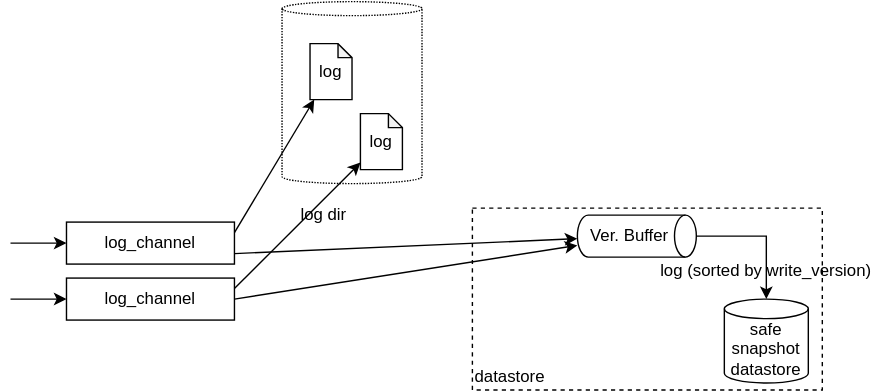
The draw.io diagram docs/sync-process-push.drawio.svg in project-tsurugi/limestone, before a commit. Source tidied: cells renumbered, new cells last; positions are measured from the earlier drawing's top-left corner, leaving out a move shared by most shapes.
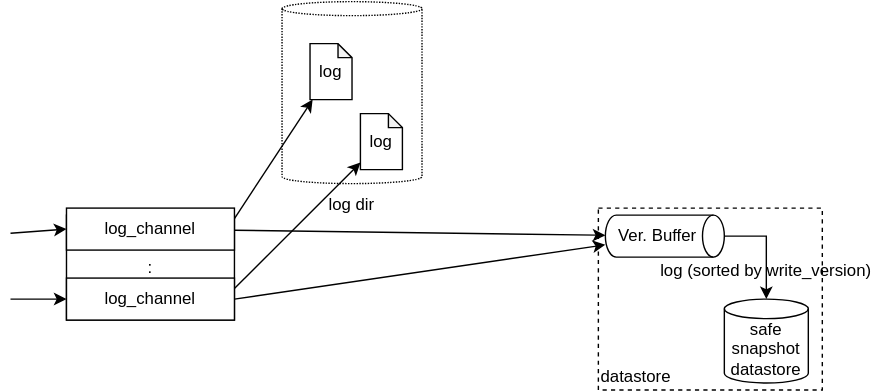
Above is the later version.

Commit message:
docs: update images to show multiple pumps

Diff of the diagram source:
```diff
@@ -2,6 +2,9 @@
   <root>
     <mxCell id="0" />
     <mxCell id="1" parent="0" />
+    <mxCell id="19" value=":" style="rounded=0;whiteSpace=wrap;html=1;strokeWidth=1;" parent="1" vertex="1">
+      <mxGeometry x="40" y="153" width="120" height="75" as="geometry" />
+    </mxCell>
     <mxCell id="2" style="shape=cylinder3;whiteSpace=wrap;html=1;boundedLbl=1;backgroundOutline=1;size=5;dashed=1;strokeWidth=1;dashPattern=1 1;" parent="1" vertex="1">
       <mxGeometry x="194" y="0.5" width="100" height="130" as="geometry" />
     </mxCell>
@@ -12,9 +15,9 @@
       <mxGeometry x="250" y="80.5" width="30" height="40" as="geometry" />
     </mxCell>
     <mxCell id="5" value="datastore" style="rounded=0;whiteSpace=wrap;html=1;strokeWidth=1;dashed=1;verticalAlign=bottom;align=left;" parent="1" vertex="1">
-      <mxGeometry x="330" y="148" width="250" height="130" as="geometry" />
+      <mxGeometry x="420" y="148" width="160" height="130" as="geometry" />
     </mxCell>
-    <mxCell id="6" style="endArrow=classic;html=1;rounded=0;strokeWidth=1;exitX=1;exitY=0.75;exitDx=0;exitDy=0;" parent="1" edge="1" source="12" target="10">
+    <mxCell id="6" style="endArrow=classic;html=1;rounded=0;strokeWidth=1;" parent="1" edge="1" source="12" target="10">
       <mxGeometry relative="1" as="geometry" />
     </mxCell>
     <mxCell id="7" value="safe snapshot&lt;br&gt;datastore" style="shape=cylinder3;whiteSpace=wrap;html=1;boundedLbl=1;backgroundOutline=1;size=7;strokeWidth=1;" parent="1" vertex="1">
@@ -31,13 +34,13 @@
       </mxGeometry>
     </mxCell>
     <mxCell id="10" value="Ver. Buffer&amp;nbsp; &amp;nbsp;" style="strokeWidth=1;html=1;shape=mxgraph.flowchart.direct_data;whiteSpace=wrap;align=center;" parent="1" vertex="1">
-      <mxGeometry x="405" y="153" width="85" height="30" as="geometry" />
+      <mxGeometry x="425" y="153" width="85" height="30" as="geometry" />
     </mxCell>
     <mxCell id="11" value="log dir" style="text;html=1;strokeColor=none;fillColor=none;align=center;verticalAlign=middle;whiteSpace=wrap;rounded=0;strokeWidth=1;" parent="1" vertex="1">
-      <mxGeometry x="194" y="138" width="60" height="30" as="geometry" />
+      <mxGeometry x="214" y="130.5" width="60" height="30" as="geometry" />
     </mxCell>
     <mxCell id="12" value="log_channel" style="rounded=0;whiteSpace=wrap;html=1;" parent="1" vertex="1">
-      <mxGeometry x="40" y="158" width="120" height="30" as="geometry" />
+      <mxGeometry x="40" y="148" width="120" height="30" as="geometry" />
     </mxCell>
     <mxCell id="13" style="endArrow=classic;html=1;rounded=0;strokeWidth=1;exitX=1;exitY=0.25;exitDx=0;exitDy=0;" parent="1" edge="1" source="12" target="3">
       <mxGeometry relative="1" as="geometry" />
@@ -58,7 +61,7 @@
     </mxCell>
     <mxCell id="18" style="endArrow=classic;html=1;rounded=0;strokeWidth=1;entryX=0;entryY=0.5;entryDx=0;entryDy=0;" parent="1" edge="1" target="12">
       <mxGeometry relative="1" as="geometry">
-        <mxPoint y="173" as="sourcePoint" />
+        <mxPoint y="166" as="sourcePoint" />
       </mxGeometry>
     </mxCell>
   </root>
```
